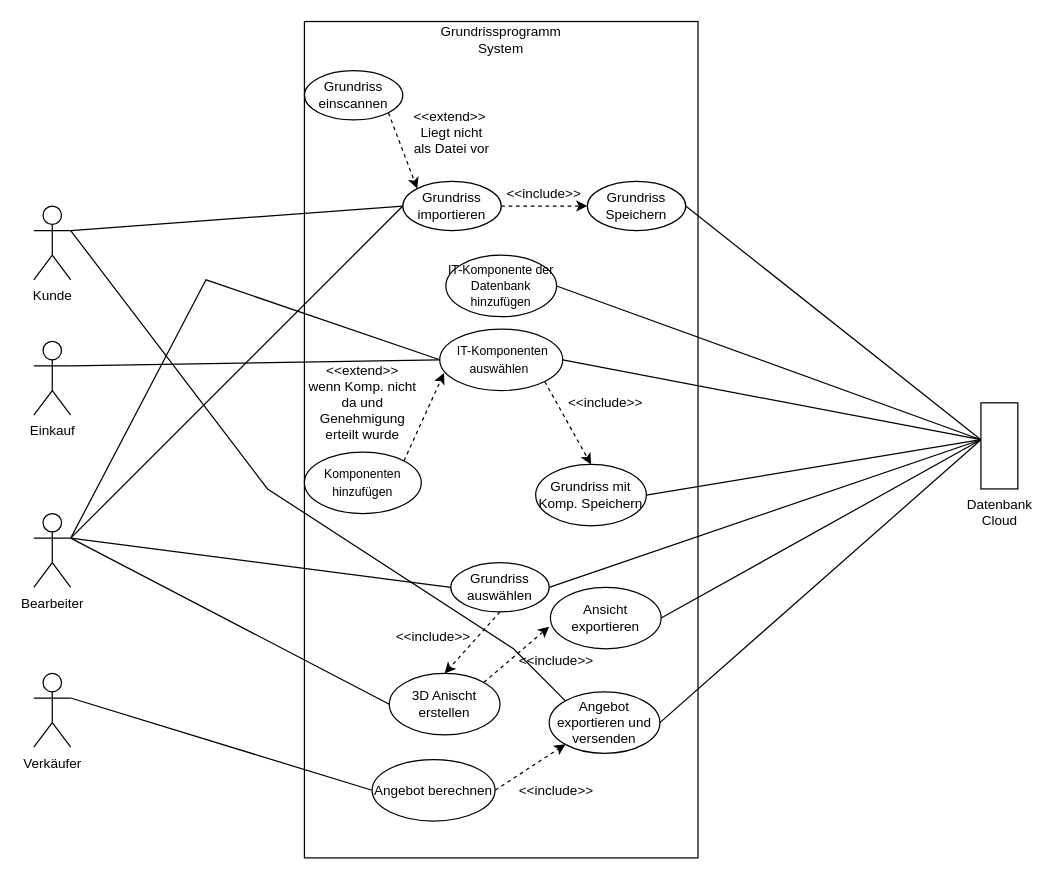
Before: Use-Case-DiagrammV2.drawio in HenningBSZ/Projekt-LF9, a draw.io diagram. Source tidied: cells renumbered, new cells numbered last; positions are measured from the earlier drawing's top-left corner, leaving out a move shared by most shapes. Both pictures are drawn from the tidied source at 123%, with x=0, y=0 at pixel (33, 21).
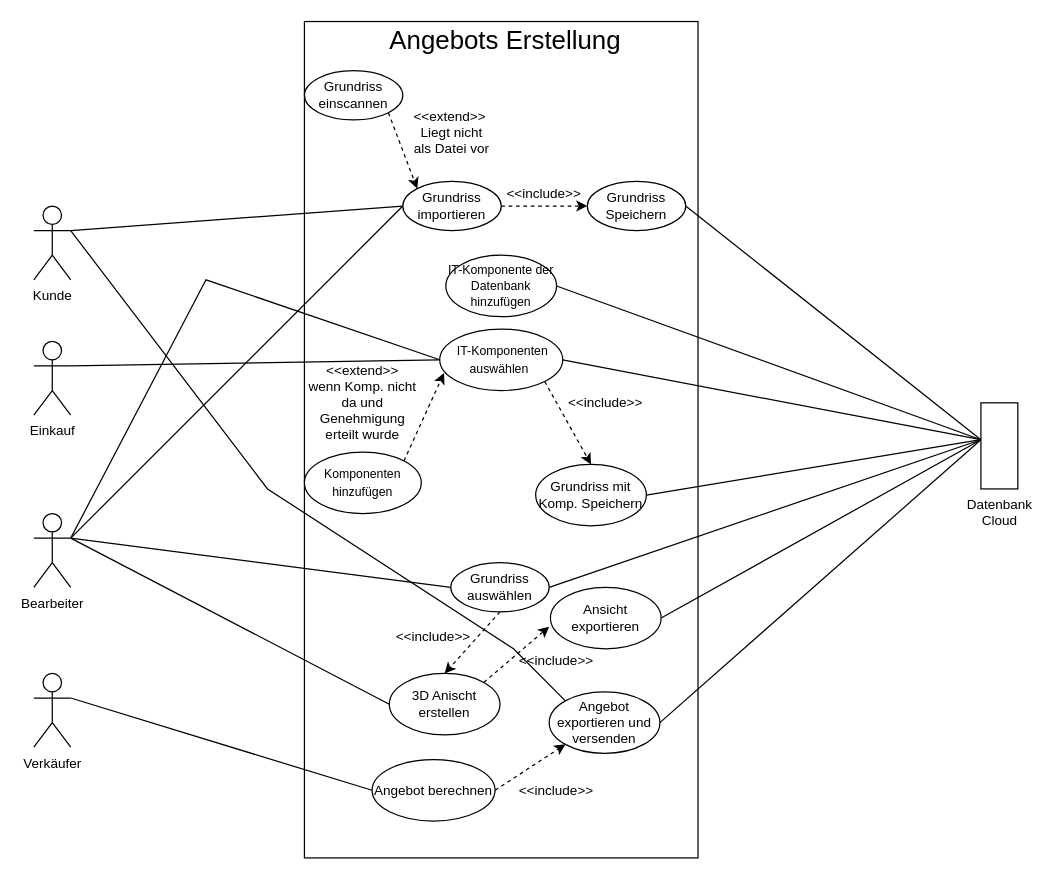
Above is the later version.

Commit message:
Use-Case-Diagramm Final

Komplett überarbeitet

The edit, as a diff of the source:
```diff
@@
-    <mxCell id="3" value="Grundrissprogramm System" style="text;html=1;strokeColor=none;fillColor=none;align=center;verticalAlign=middle;whiteSpace=wrap;rounded=0;fontSize=11;" parent="1" vertex="1">
-      <mxGeometry x="350" width="60" height="30" as="geometry" />
-    </mxCell>
@@
+    <mxCell id="51" value="&lt;font style=&quot;font-size: 21px&quot;&gt;Angebots Erstellung&lt;/font&gt;" style="text;html=1;strokeColor=none;fillColor=none;align=center;verticalAlign=middle;whiteSpace=wrap;rounded=0;fontSize=14;" parent="1" vertex="1">
+      <mxGeometry x="220" width="326.5" height="30" as="geometry" />
+    </mxCell>
```
